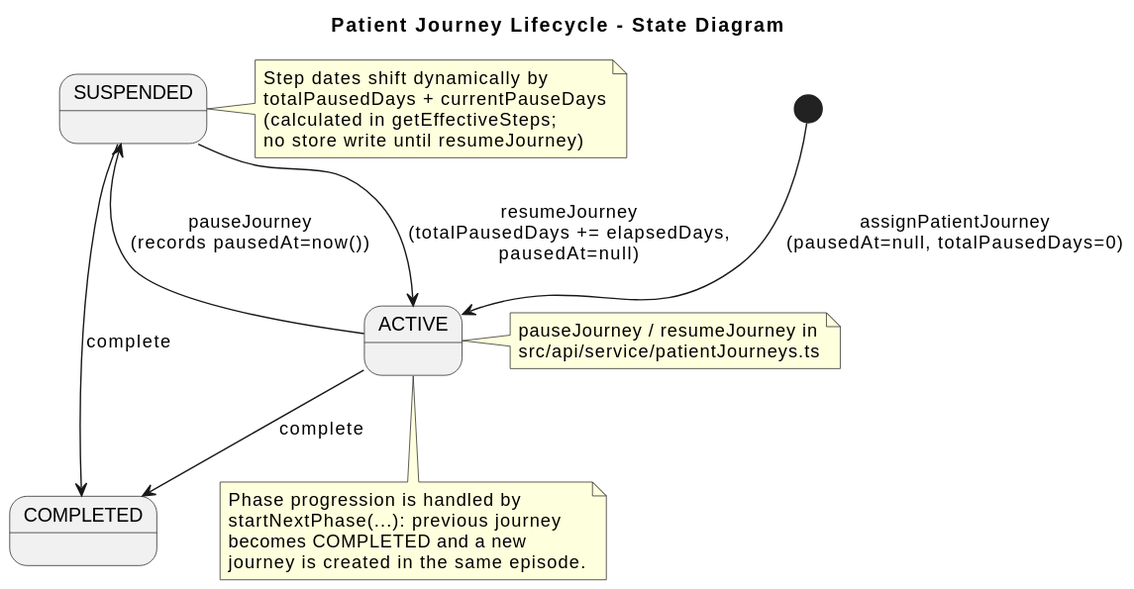
This is docs/diagrams/patient-journey-lifecycle.svg from gforge/DUK, a PlantUML export, as it was before one commit. Its diagram source:
```plantuml
@startuml

title Patient Journey Lifecycle - State Diagram

state ACTIVE
state SUSPENDED
state COMPLETED

[*] --> ACTIVE : assignPatientJourney\n(pausedAt=null, totalPausedDays=0)

ACTIVE --> SUSPENDED : pauseJourney\n(records pausedAt=now())
SUSPENDED --> ACTIVE : resumeJourney\n(totalPausedDays += elapsedDays,\npausedAt=null)
ACTIVE --> COMPLETED : complete
SUSPENDED --> COMPLETED : complete

note right of SUSPENDED
  Step dates shift dynamically by
  totalPausedDays + currentPauseDays
  (calculated in getEffectiveSteps;
  no store write until resumeJourney)
end note

note right of ACTIVE
  pauseJourney / resumeJourney in
  src/api/service/patientJourneys.ts
end note

note bottom of ACTIVE
  Phase progression is handled by
  startNextPhase(...): previous journey
  becomes COMPLETED and a new
  journey is created in the same episode.
end note
@enduml
```
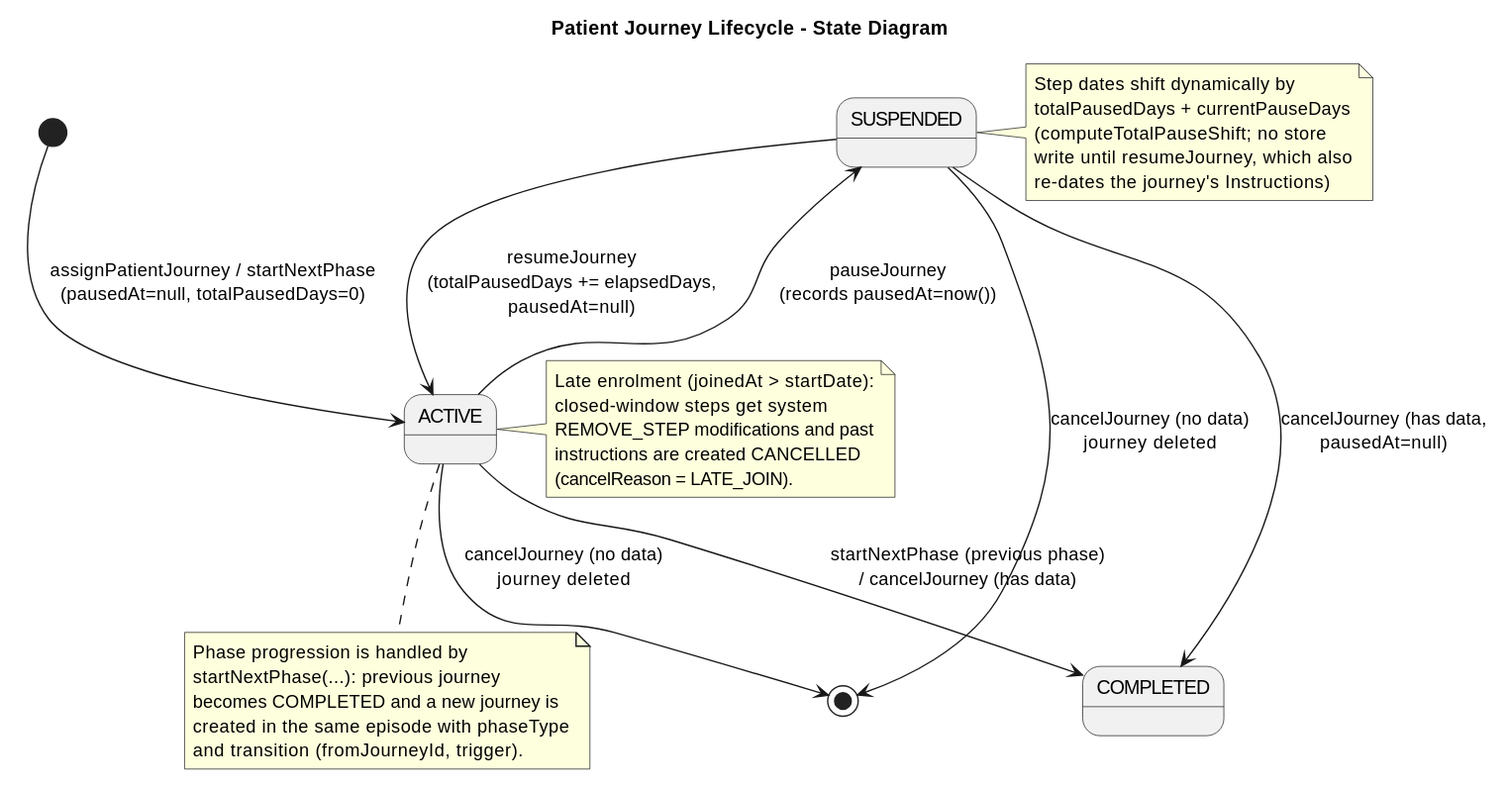
Later version of the same file.

Change to the diagram source:
```diff
@@ -6,29 +6,36 @@
 state SUSPENDED
 state COMPLETED
 
-[*] --> ACTIVE : assignPatientJourney\n(pausedAt=null, totalPausedDays=0)
+[*] --> ACTIVE : assignPatientJourney / startNextPhase\n(pausedAt=null, totalPausedDays=0)
 
 ACTIVE --> SUSPENDED : pauseJourney\n(records pausedAt=now())
 SUSPENDED --> ACTIVE : resumeJourney\n(totalPausedDays += elapsedDays,\npausedAt=null)
-ACTIVE --> COMPLETED : complete
-SUSPENDED --> COMPLETED : complete
+ACTIVE --> COMPLETED : startNextPhase (previous phase)\n/ cancelJourney (has data)
+SUSPENDED --> COMPLETED : cancelJourney (has data,\npausedAt=null)
+ACTIVE --> [*] : cancelJourney (no data)\njourney deleted
+SUSPENDED --> [*] : cancelJourney (no data)\njourney deleted
 
 note right of SUSPENDED
   Step dates shift dynamically by
   totalPausedDays + currentPauseDays
-  (calculated in getEffectiveSteps;
-  no store write until resumeJourney)
+  (computeTotalPauseShift; no store
+  write until resumeJourney, which also
+  re-dates the journey's Instructions)
 end note
 
 note right of ACTIVE
-  pauseJourney / resumeJourney in
-  src/api/service/patientJourneys.ts
+  Late enrolment (joinedAt > startDate):
+  closed-window steps get system
+  REMOVE_STEP modifications and past
+  instructions are created CANCELLED
+  (cancelReason = LATE_JOIN).
 end note
 
 note bottom of ACTIVE
   Phase progression is handled by
   startNextPhase(...): previous journey
-  becomes COMPLETED and a new
-  journey is created in the same episode.
+  becomes COMPLETED and a new journey is
+  created in the same episode with phaseType
+  and transition (fromJourneyId, trigger).
 end note
 @enduml
```
